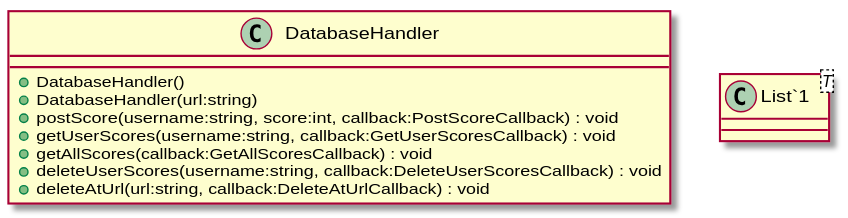
Before: UML/Database/DatabaseHandler.svg, a diagram exported from PlantUML (David-Denny/COMP3013-Team7). Its diagram source:
```plantuml
@startuml
class DatabaseHandler {
    + DatabaseHandler()
    + DatabaseHandler(url:string)
    + postScore(username:string, score:int, callback:PostScoreCallback) : void
    + getUserScores(username:string, callback:GetUserScoresCallback) : void
    + getAllScores(callback:GetAllScoresCallback) : void
    + deleteUserScores(username:string, callback:DeleteUserScoresCallback) : void
    + deleteAtUrl(url:string, callback:DeleteAtUrlCallback) : void
}
class "List`1"<T> {
}
@enduml
```
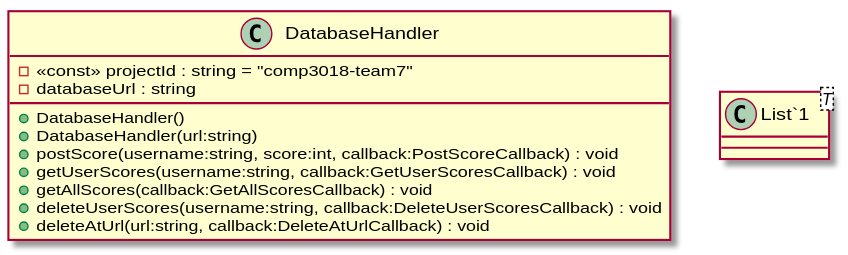
The same file after the commit.

Change to the diagram source:
```diff
@@ -1,5 +1,7 @@
 @startuml
 class DatabaseHandler {
+    - <<const>> projectId : string = "comp3018-team7"
+    - databaseUrl : string
     + DatabaseHandler()
     + DatabaseHandler(url:string)
     + postScore(username:string, score:int, callback:PostScoreCallback) : void
```
